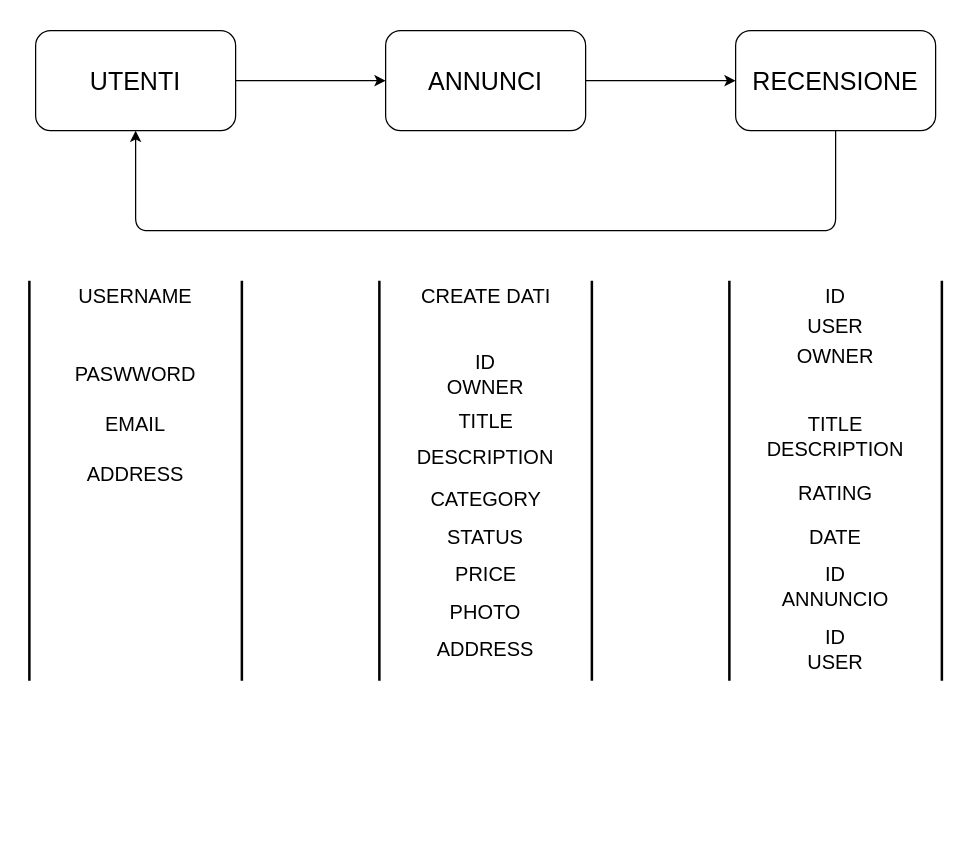
Earlier version of the draw.io diagram strutturasitoacquisti.Dio (GiuseppeRandazzo/Progetto-Code). Source tidied: cells renumbered, new cells numbered last; positions are measured from the earlier drawing's top-left corner, leaving out a move shared by most shapes. Both pictures are drawn from the tidied source at 125%, with x=0, y=0 at pixel (22, 30).
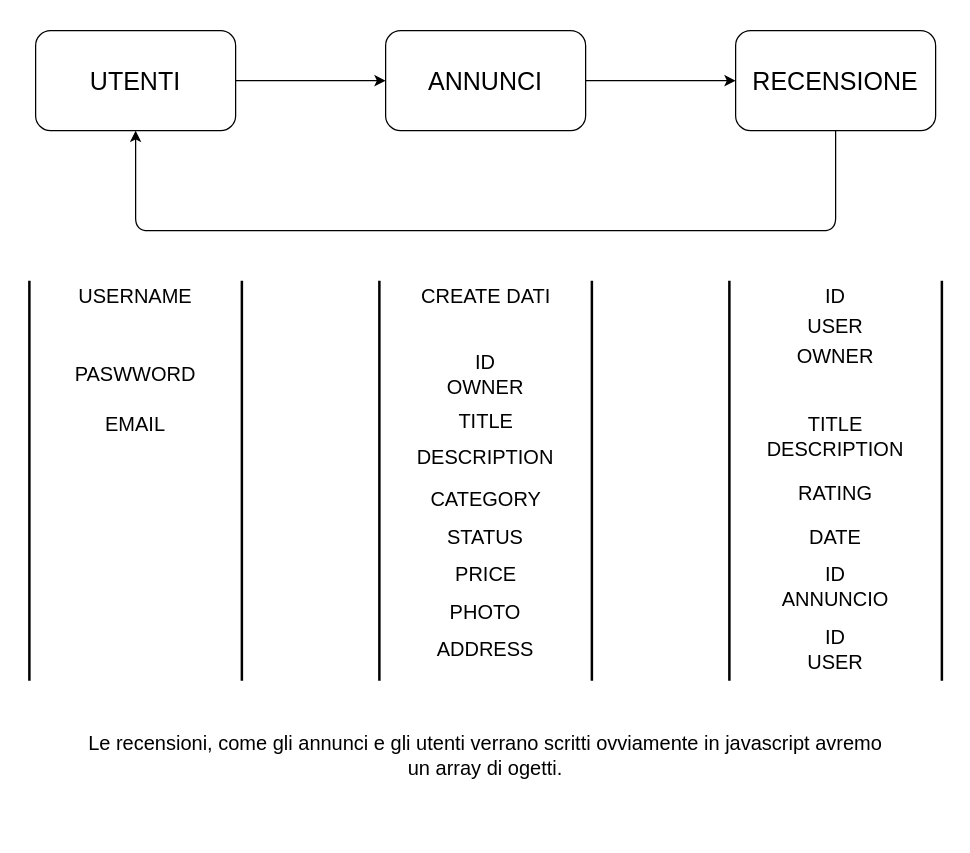
The same diagram, later.

The edit, as a diff of the source:
```diff
@@
-    <mxCell id="24" value="ADDRESS" style="text;strokeColor=none;align=center;fillColor=none;html=1;verticalAlign=middle;whiteSpace=wrap;rounded=1;fontSize=16;" parent="1" vertex="1">
-      <mxGeometry x="60" y="340" width="60" height="30" as="geometry" />
-    </mxCell>
@@
+    <mxCell id="35" value="Le recensioni, come gli annunci e gli utenti verrano scritti ovviamente in javascript avremo un array di ogetti." style="text;strokeColor=none;align=center;fillColor=none;html=1;verticalAlign=middle;whiteSpace=wrap;rounded=0;sketch=1;hachureGap=4;jiggle=2;curveFitting=1;fontFamily=Helvetica;fontSize=16;" parent="1" vertex="1">
+      <mxGeometry x="50" y="520" width="640" height="120" as="geometry" />
+    </mxCell>
```
